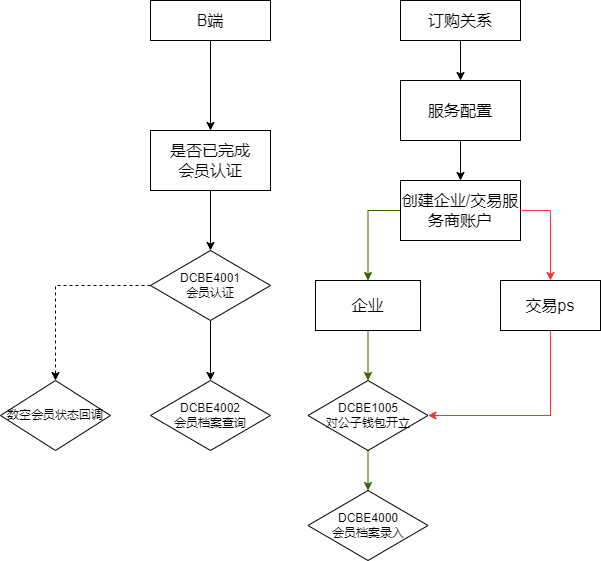
Earlier version of the draw.io export haohuo/好活智慧数币后端流程.drawio.png (talkzhang/drawio-cache). Source tidied: cells renumbered, new cells last; positions are measured from the earlier drawing's top-left corner, leaving out a move shared by most shapes.
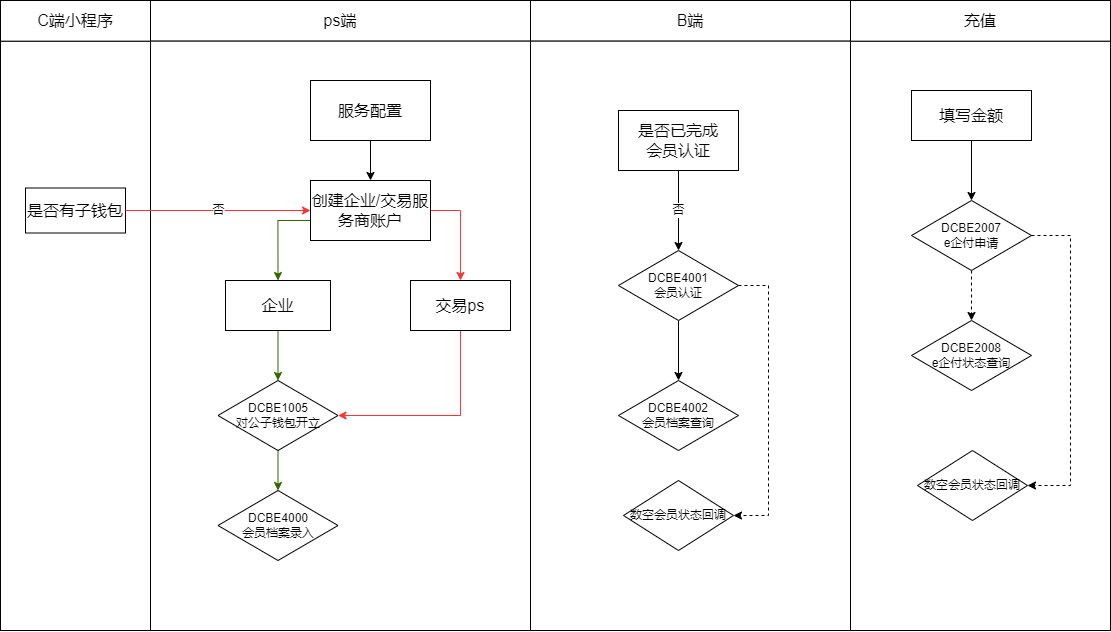
Above is the later version.

Commit message:
更新好活智慧数币后端流程.drawio.png

Change to the diagram source:
```diff
@@ -2,12 +2,36 @@
   <root>
     <mxCell id="0" />
     <mxCell id="1" parent="0" />
-    <mxCell id="2" style="edgeStyle=orthogonalEdgeStyle;rounded=0;jettySize=auto;html=1;entryX=0.5;entryY=0;entryDx=0;entryDy=0;fontSize=16;" parent="1" edge="1" source="3" target="5">
-      <mxGeometry relative="1" as="geometry" />
-    </mxCell>
-    <mxCell id="3" value="&lt;font style=&quot;font-size: 16px;&quot;&gt;订购关系&lt;/font&gt;" style="rounded=0;whiteSpace=wrap;html=1;" parent="1" vertex="1">
-      <mxGeometry x="400" width="120" height="40" as="geometry" />
-    </mxCell>
+    <mxCell id="25" style="group;" parent="1" vertex="1">
+      <mxGeometry x="620" width="320" height="630" as="geometry" />
+    </mxCell>
+    <mxCell id="21" value="&lt;font style=&quot;font-size: 16px;&quot;&gt;B端&lt;/font&gt;" style="rounded=0;whiteSpace=wrap;html=1;" parent="25" vertex="1">
+      <mxGeometry width="320" height="40.6" as="geometry" />
+    </mxCell>
+    <mxCell id="26" style="rounded=0;whiteSpace=wrap;html=1;" parent="25" vertex="1">
+      <mxGeometry y="40.6" width="320" height="589.4" as="geometry" />
+    </mxCell>
+    <mxCell id="27" style="group;" parent="1" vertex="1">
+      <mxGeometry x="240" width="380" height="630" as="geometry" />
+    </mxCell>
+    <mxCell id="28" value="&lt;font style=&quot;font-size: 16px;&quot;&gt;ps端&lt;/font&gt;" style="rounded=0;whiteSpace=wrap;html=1;" parent="27" vertex="1">
+      <mxGeometry width="380" height="40.6" as="geometry" />
+    </mxCell>
+    <mxCell id="29" style="rounded=0;whiteSpace=wrap;html=1;" parent="27" vertex="1">
+      <mxGeometry y="40.6" width="380" height="589.4" as="geometry" />
+    </mxCell>
+    <mxCell id="30" style="group;" parent="1" vertex="1">
+      <mxGeometry x="90" width="150" height="630" as="geometry" />
+    </mxCell>
+    <mxCell id="31" style="rounded=0;whiteSpace=wrap;html=1;" parent="30" vertex="1">
+      <mxGeometry y="40.6" width="150" height="589.4" as="geometry" />
+    </mxCell>
+    <mxCell id="32" value="&lt;font style=&quot;font-size: 16px;&quot;&gt;C端小程序&lt;/font&gt;" style="rounded=0;whiteSpace=wrap;html=1;" parent="30" vertex="1">
+      <mxGeometry width="150" height="40.6" as="geometry" />
+    </mxCell>
+    <mxCell id="33" value="&lt;span style=&quot;font-size: 16px;&quot;&gt;是否有子钱包&lt;/span&gt;" style="rounded=0;whiteSpace=wrap;html=1;" parent="30" vertex="1">
+      <mxGeometry x="25" y="187.5" width="100" height="45" as="geometry" />
+    </mxCell>
     <mxCell id="4" style="edgeStyle=orthogonalEdgeStyle;rounded=0;jettySize=auto;html=1;entryX=0.5;entryY=0;entryDx=0;entryDy=0;fontSize=16;" parent="1" edge="1" source="5" target="8">
       <mxGeometry relative="1" as="geometry" />
     </mxCell>
@@ -17,7 +41,7 @@
     <mxCell id="6" style="edgeStyle=orthogonalEdgeStyle;rounded=0;jettySize=auto;html=1;entryX=0.5;entryY=0;entryDx=0;entryDy=0;fontSize=16;strokeColor=#336600;" parent="1" edge="1" source="8" target="12">
       <mxGeometry relative="1" as="geometry">
         <Array as="points">
-          <mxPoint x="368" y="210" />
+          <mxPoint x="368" y="220" />
         </Array>
       </mxGeometry>
     </mxCell>
@@ -57,31 +81,71 @@
       <mxGeometry x="307.5" y="490" width="120" height="70" as="geometry" />
     </mxCell>
     <mxCell id="16" value="&lt;font style=&quot;font-size: 12px;&quot;&gt;DCBE4002&lt;br style=&quot;&quot;&gt;会员档案查询&lt;/font&gt;" style="rhombus;whiteSpace=wrap;html=1;fontSize=12;" parent="1" vertex="1">
-      <mxGeometry x="150" y="380" width="120" height="70" as="geometry" />
+      <mxGeometry x="708" y="380" width="120" height="70" as="geometry" />
     </mxCell>
     <mxCell id="17" style="edgeStyle=orthogonalEdgeStyle;rounded=0;jettySize=auto;html=1;entryX=0.5;entryY=0;entryDx=0;entryDy=0;fontSize=12;" parent="1" edge="1" source="19" target="16">
       <mxGeometry relative="1" as="geometry" />
     </mxCell>
-    <mxCell id="18" style="edgeStyle=orthogonalEdgeStyle;rounded=0;jettySize=auto;html=1;entryX=0.5;entryY=0;entryDx=0;entryDy=0;fontSize=12;dashed=1;" parent="1" edge="1" source="19" target="24">
-      <mxGeometry relative="1" as="geometry" />
-    </mxCell>
     <mxCell id="19" value="&lt;font style=&quot;font-size: 12px;&quot;&gt;DCBE4001&lt;br style=&quot;&quot;&gt;会员认证&lt;/font&gt;" style="rhombus;whiteSpace=wrap;html=1;fontSize=12;" parent="1" vertex="1">
-      <mxGeometry x="150" y="250" width="120" height="70" as="geometry" />
+      <mxGeometry x="708" y="250" width="120" height="70" as="geometry" />
     </mxCell>
-    <mxCell id="20" style="edgeStyle=orthogonalEdgeStyle;rounded=0;jettySize=auto;html=1;fontSize=12;" parent="1" edge="1" source="21" target="23">
-      <mxGeometry relative="1" as="geometry" />
-    </mxCell>
-    <mxCell id="21" value="&lt;span style=&quot;font-size: 16px;&quot;&gt;B端&lt;/span&gt;" style="rounded=0;whiteSpace=wrap;html=1;" parent="1" vertex="1">
-      <mxGeometry x="150" width="120" height="40" as="geometry" />
-    </mxCell>
-    <mxCell id="22" style="edgeStyle=orthogonalEdgeStyle;rounded=0;jettySize=auto;html=1;entryX=0.5;entryY=0;entryDx=0;entryDy=0;fontSize=12;" parent="1" edge="1" source="23" target="19">
+    <mxCell id="22" value="否" style="edgeStyle=orthogonalEdgeStyle;rounded=0;jettySize=auto;html=1;entryX=0.5;entryY=0;entryDx=0;entryDy=0;" parent="1" edge="1" source="23" target="19">
       <mxGeometry relative="1" as="geometry" />
     </mxCell>
     <mxCell id="23" value="&lt;span style=&quot;font-size: 16px;&quot;&gt;是否已完成&lt;br&gt;会员认证&lt;/span&gt;" style="rounded=0;whiteSpace=wrap;html=1;" parent="1" vertex="1">
-      <mxGeometry x="150" y="130" width="120" height="60" as="geometry" />
+      <mxGeometry x="708" y="110" width="120" height="60" as="geometry" />
     </mxCell>
     <mxCell id="24" value="数空会员状态回调" style="rhombus;whiteSpace=wrap;html=1;fontSize=12;" parent="1" vertex="1">
-      <mxGeometry y="380" width="110" height="70" as="geometry" />
+      <mxGeometry x="713" y="480" width="110" height="70" as="geometry" />
     </mxCell>
+    <mxCell id="18" style="edgeStyle=orthogonalEdgeStyle;rounded=0;jettySize=auto;html=1;entryX=1;entryY=0.5;entryDx=0;entryDy=0;fontSize=12;dashed=1;" parent="1" edge="1" source="19" target="24">
+      <mxGeometry relative="1" as="geometry">
+        <Array as="points">
+          <mxPoint x="858" y="285" />
+          <mxPoint x="858" y="515" />
+        </Array>
+      </mxGeometry>
+    </mxCell>
+    <mxCell id="34" value="否" style="edgeStyle=orthogonalEdgeStyle;rounded=0;jettySize=auto;html=1;entryX=0;entryY=0.5;entryDx=0;entryDy=0;strokeColor=#FF3333;" parent="1" edge="1" source="33" target="8">
+      <mxGeometry relative="1" as="geometry" />
+    </mxCell>
+    <mxCell id="35" style="group;" parent="1" vertex="1">
+      <mxGeometry x="940" width="260" height="630" as="geometry" />
+    </mxCell>
+    <mxCell id="36" style="group;" parent="35" vertex="1">
+      <mxGeometry width="260" height="630" as="geometry" />
+    </mxCell>
+    <mxCell id="37" style="rounded=0;whiteSpace=wrap;html=1;" parent="36" vertex="1">
+      <mxGeometry y="40.6" width="260" height="589.4" as="geometry" />
+    </mxCell>
+    <mxCell id="38" value="&lt;font style=&quot;font-size: 16px;&quot;&gt;充值&lt;/font&gt;" style="rounded=0;whiteSpace=wrap;html=1;" parent="36" vertex="1">
+      <mxGeometry width="260" height="40.6" as="geometry" />
+    </mxCell>
+    <mxCell id="39" value="&lt;span style=&quot;font-size: 16px;&quot;&gt;填写金额&lt;/span&gt;" style="rounded=0;whiteSpace=wrap;html=1;" parent="35" vertex="1">
+      <mxGeometry x="61" y="90" width="120" height="50" as="geometry" />
+    </mxCell>
+    <mxCell id="40" value="&lt;font style=&quot;font-size: 12px;&quot;&gt;DCBE2007&lt;br style=&quot;&quot;&gt;e企付申请&lt;br&gt;&lt;/font&gt;" style="rhombus;whiteSpace=wrap;html=1;fontSize=12;" parent="35" vertex="1">
+      <mxGeometry x="61" y="200" width="120" height="70" as="geometry" />
+    </mxCell>
+    <mxCell id="41" style="edgeStyle=orthogonalEdgeStyle;rounded=0;jettySize=auto;html=1;entryX=0.5;entryY=0;entryDx=0;entryDy=0;" parent="35" edge="1" source="39" target="40">
+      <mxGeometry relative="1" as="geometry" />
+    </mxCell>
+    <mxCell id="42" value="&lt;font style=&quot;font-size: 12px;&quot;&gt;DCBE2008&lt;br style=&quot;&quot;&gt;e企付状态查询&lt;br&gt;&lt;/font&gt;" style="rhombus;whiteSpace=wrap;html=1;fontSize=12;" parent="35" vertex="1">
+      <mxGeometry x="61" y="320" width="120" height="70" as="geometry" />
+    </mxCell>
+    <mxCell id="43" style="edgeStyle=orthogonalEdgeStyle;rounded=0;jettySize=auto;html=1;entryX=0.5;entryY=0;entryDx=0;entryDy=0;dashed=1;" parent="35" edge="1" source="40" target="42">
+      <mxGeometry relative="1" as="geometry" />
+    </mxCell>
+    <mxCell id="44" value="数空会员状态回调" style="rhombus;whiteSpace=wrap;html=1;fontSize=12;" parent="35" vertex="1">
+      <mxGeometry x="67" y="450" width="110" height="70" as="geometry" />
+    </mxCell>
+    <mxCell id="45" style="edgeStyle=orthogonalEdgeStyle;rounded=0;jettySize=auto;html=1;entryX=1;entryY=0.5;entryDx=0;entryDy=0;dashed=1;" parent="35" edge="1" source="40" target="44">
+      <mxGeometry relative="1" as="geometry">
+        <Array as="points">
+          <mxPoint x="220" y="235" />
+          <mxPoint x="220" y="485" />
+        </Array>
+      </mxGeometry>
+    </mxCell>
   </root>
 </mxGraphModel>
```
